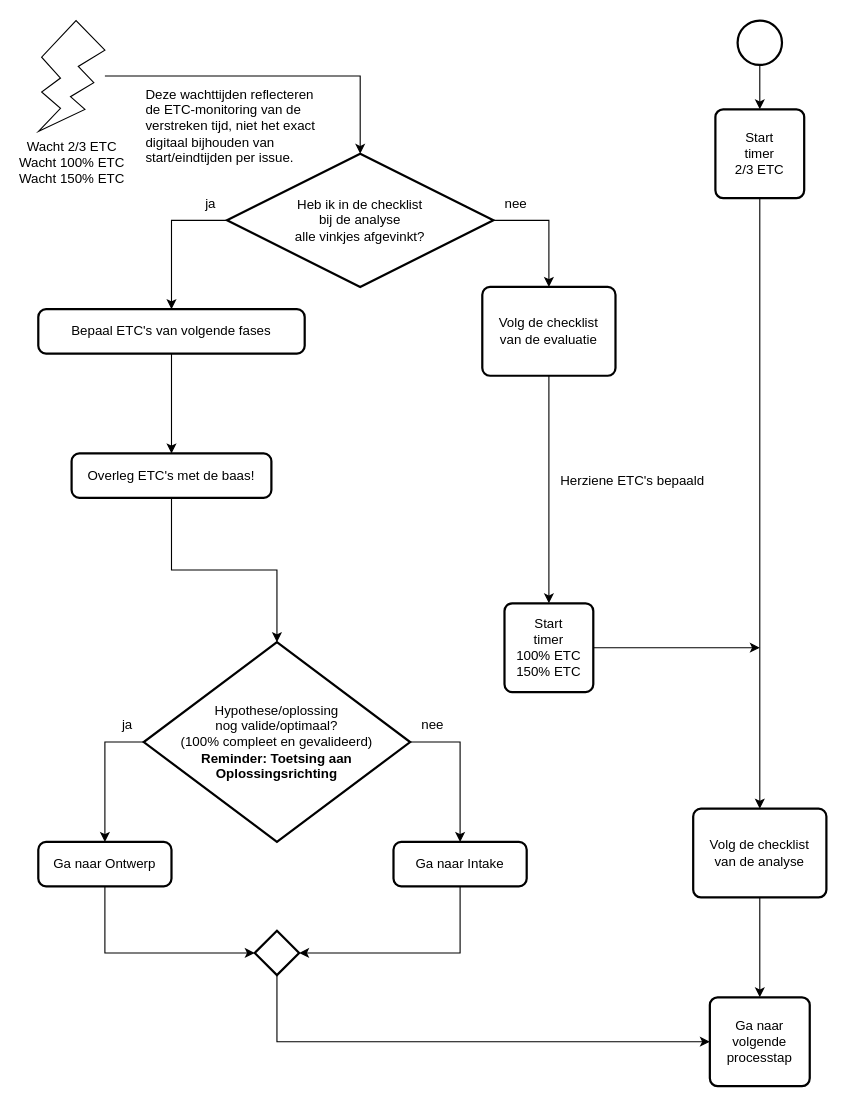
Before: 2 Issue Tracker analyse.drawio in Zaibatsu89/IssueTracker, a draw.io diagram. Source tidied: cells renumbered, new cells numbered last; positions are measured from the earlier drawing's top-left corner, leaving out a move shared by most shapes. Both pictures are drawn from the tidied source at 111%, with x=0, y=0 at pixel (38, 20).
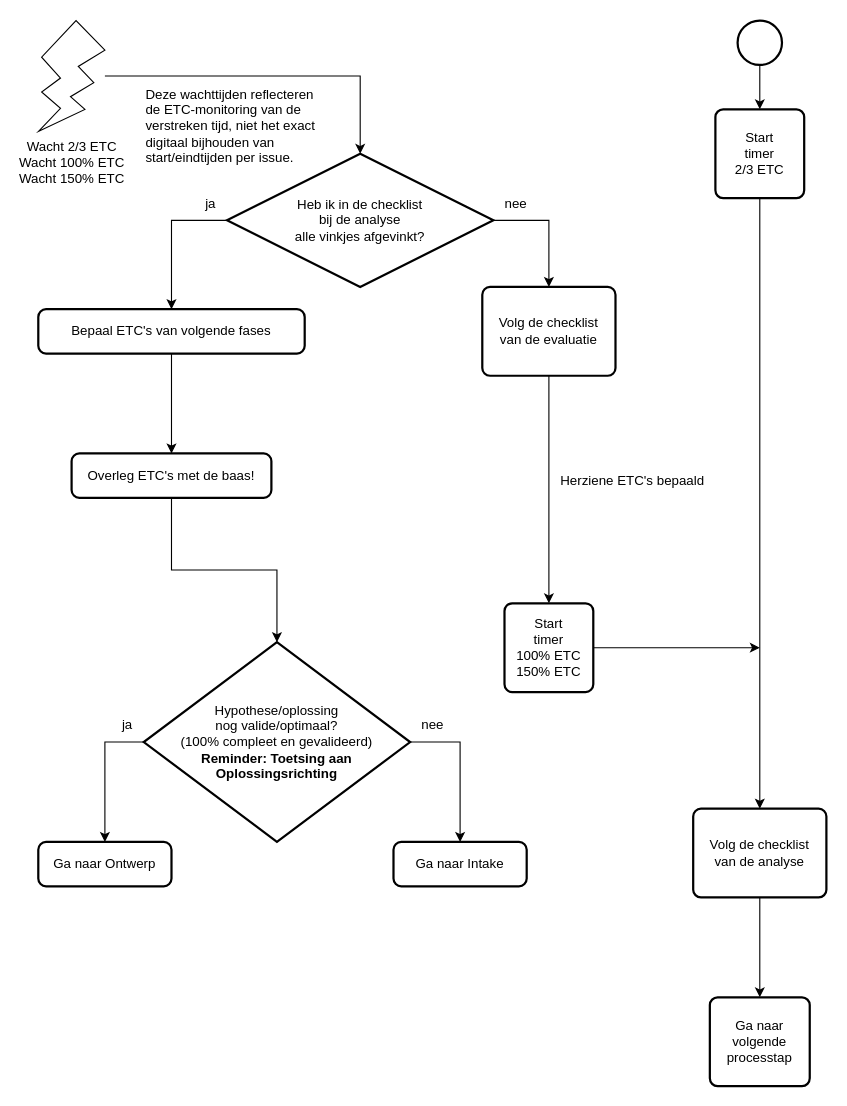
The same page after the edit.

The change refers to these unchanged cells:
```xml
<mxCell id="7" value="Ga naar Ontwerp" style="rounded=1;whiteSpace=wrap;html=1;absoluteArcSize=1;arcSize=14;strokeWidth=2;" parent="1" vertex="1">
  <mxGeometry y="740" width="120" height="40" as="geometry" />
</mxCell>
<mxCell id="19" value="Ga naar Intake" style="rounded=1;whiteSpace=wrap;html=1;absoluteArcSize=1;arcSize=14;strokeWidth=2;" parent="1" vertex="1">
  <mxGeometry x="320" y="740" width="120" height="40" as="geometry" />
</mxCell>
<mxCell id="32" value="Ga naar&lt;br&gt;volgende&lt;br&gt;processtap" style="rounded=1;whiteSpace=wrap;html=1;absoluteArcSize=1;arcSize=14;strokeWidth=2;" parent="1" vertex="1">
  <mxGeometry x="605" y="880" width="90" height="80" as="geometry" />
</mxCell>
```

The edit, as a diff of the source:
```diff
@@
-    <mxCell id="16" style="strokeWidth=2;html=1;shape=mxgraph.flowchart.decision;whiteSpace=wrap;" parent="1" vertex="1">
-      <mxGeometry x="195" y="820" width="40" height="40" as="geometry" />
-    </mxCell>
-    <mxCell id="17" style="edgeStyle=orthogonalEdgeStyle;rounded=0;jettySize=auto;html=1;exitX=0.5;exitY=1;exitDx=0;exitDy=0;entryX=0;entryY=0.5;entryDx=0;entryDy=0;entryPerimeter=0;" parent="1" edge="1" source="7" target="16">
-      <mxGeometry relative="1" as="geometry" />
-    </mxCell>
@@
-    <mxCell id="20" style="edgeStyle=orthogonalEdgeStyle;rounded=0;jettySize=auto;html=1;exitX=0.5;exitY=1;exitDx=0;exitDy=0;entryX=1;entryY=0.5;entryDx=0;entryDy=0;entryPerimeter=0;" parent="1" edge="1" source="19" target="16">
-      <mxGeometry relative="1" as="geometry" />
-    </mxCell>
@@
-    <mxCell id="23" style="edgeStyle=orthogonalEdgeStyle;rounded=0;jettySize=auto;html=1;exitX=0.5;exitY=1;exitDx=0;exitDy=0;exitPerimeter=0;entryX=0;entryY=0.5;entryDx=0;entryDy=0;" parent="1" edge="1" source="16" target="32">
-      <mxGeometry relative="1" as="geometry" />
-    </mxCell>
```
